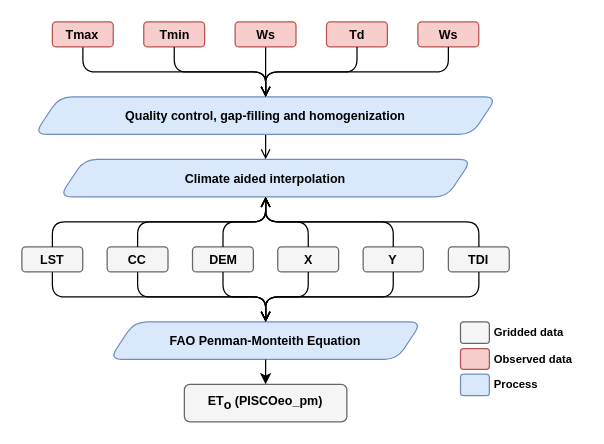
Before: Eo_diagram_FT_v2.drawio in adrHuerta/diagrams, a draw.io diagram. Source tidied: cells renumbered, new cells numbered last; positions are measured from the earlier drawing's top-left corner, leaving out a move shared by most shapes. Both pictures are drawn from the tidied source at 125%, with x=0, y=0 at pixel (21, 21).
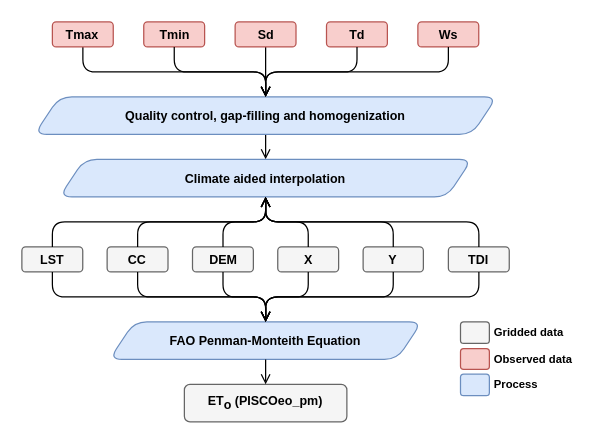
Above is the later version.

Unchanged cells that the change refers to:
```xml
<mxCell id="2" value="&lt;font style=&quot;font-size: 10px;&quot;&gt;Tmin&lt;/font&gt;" style="rounded=1;whiteSpace=wrap;html=1;fontSize=10;fontStyle=1;fillColor=#f8cecc;strokeColor=#b85450;fontFamily=Helvetica;" parent="1" vertex="1">
  <mxGeometry x="97.5" width="48.7" height="20" as="geometry" />
</mxCell>
<mxCell id="3" value="&lt;font style=&quot;font-size: 10px;&quot;&gt;Td&lt;/font&gt;" style="rounded=1;whiteSpace=wrap;html=1;fontSize=10;fontStyle=1;fillColor=#f8cecc;strokeColor=#b85450;fontFamily=Helvetica;" parent="1" vertex="1">
  <mxGeometry x="243.7" width="48.7" height="20" as="geometry" />
</mxCell>
<mxCell id="4" value="&lt;font style=&quot;font-size: 10px;&quot;&gt;Ws&lt;/font&gt;" style="rounded=1;whiteSpace=wrap;html=1;fontSize=10;fontStyle=1;fillColor=#f8cecc;strokeColor=#b85450;fontFamily=Helvetica;" parent="1" vertex="1">
  <mxGeometry x="316.8" width="48.7" height="20" as="geometry" />
</mxCell>
<mxCell id="6" value="&lt;font style=&quot;font-size: 10px;&quot;&gt;Quality control, gap-filling and homogenization&lt;/font&gt;" style="shape=parallelogram;perimeter=parallelogramPerimeter;whiteSpace=wrap;html=1;fixedSize=1;fontSize=10;fontStyle=1;fillColor=#dae8fc;strokeColor=#6c8ebf;rounded=1;fontFamily=Helvetica;" parent="1" vertex="1">
  <mxGeometry x="10" y="60" width="370" height="30" as="geometry" />
</mxCell>
<mxCell id="12" value="&lt;font style=&quot;font-size: 10px;&quot; color=&quot;#000000&quot;&gt;&lt;font style=&quot;font-size: 10px;&quot;&gt;&lt;font style=&quot;font-size: 10px;&quot;&gt;ET&lt;sub style=&quot;font-size: 10px;&quot;&gt;o&lt;/sub&gt; (&lt;/font&gt;&lt;/font&gt;&lt;font style=&quot;font-size: 10px;&quot;&gt;PISCOeo_pm)&lt;/font&gt;&lt;/font&gt;" style="rounded=1;whiteSpace=wrap;html=1;fontSize=10;fontStyle=1;fillColor=#f5f5f5;strokeColor=#666666;fontColor=#333333;fontFamily=Helvetica;" parent="1" vertex="1">
  <mxGeometry x="130" y="290" width="130" height="30" as="geometry" />
</mxCell>
<mxCell id="17" value="&lt;font style=&quot;font-size: 10px;&quot;&gt;Tmax&lt;/font&gt;" style="rounded=1;whiteSpace=wrap;html=1;fontSize=10;fontStyle=1;fillColor=#f8cecc;strokeColor=#b85450;fontFamily=Helvetica;" parent="1" vertex="1">
  <mxGeometry x="24.4" width="48.7" height="20" as="geometry" />
</mxCell>
```

What changed in the source:
```diff
@@
-    <mxCell id="7" style="edgeStyle=orthogonalEdgeStyle;jettySize=auto;html=1;entryX=0.5;entryY=0;entryDx=0;entryDy=0;fontSize=10;rounded=1;endArrow=open;endFill=0;fontFamily=Helvetica;" parent="1" edge="1" source="2" target="6">
+    <mxCell id="7" style="edgeStyle=orthogonalEdgeStyle;jettySize=auto;html=1;entryX=0.5;entryY=0;entryDx=0;entryDy=0;fontSize=10;rounded=1;endArrow=open;endFill=0;fontFamily=Helvetica;strokeWidth=1;" parent="1" edge="1" source="2" target="6">
       <mxGeometry relative="1" as="geometry" />
     </mxCell>
-    <mxCell id="8" style="edgeStyle=orthogonalEdgeStyle;jettySize=auto;html=1;entryX=0.5;entryY=0;entryDx=0;entryDy=0;fontSize=10;rounded=1;endArrow=open;endFill=0;fontFamily=Helvetica;" parent="1" edge="1" source="3" target="6">
+    <mxCell id="8" style="edgeStyle=orthogonalEdgeStyle;jettySize=auto;html=1;entryX=0.5;entryY=0;entryDx=0;entryDy=0;fontSize=10;rounded=1;endArrow=open;endFill=0;fontFamily=Helvetica;strokeWidth=1;" parent="1" edge="1" source="3" target="6">
       <mxGeometry relative="1" as="geometry" />
     </mxCell>
-    <mxCell id="9" style="edgeStyle=orthogonalEdgeStyle;jettySize=auto;html=1;entryX=0.5;entryY=0;entryDx=0;entryDy=0;fontSize=10;rounded=1;endArrow=open;endFill=0;fontFamily=Helvetica;" parent="1" edge="1" source="4" target="6">
+    <mxCell id="9" style="edgeStyle=orthogonalEdgeStyle;jettySize=auto;html=1;entryX=0.5;entryY=0;entryDx=0;entryDy=0;fontSize=10;rounded=1;endArrow=open;endFill=0;fontFamily=Helvetica;strokeWidth=1;" parent="1" edge="1" source="4" target="6">
       <mxGeometry relative="1" as="geometry">
         <Array as="points">
           <mxPoint x="341.2" y="40" />
           <mxPoint x="195" y="40" />
         </Array>
       </mxGeometry>
     </mxCell>
@@
-    <mxCell id="11" value="&lt;font style=&quot;font-size: 10px;&quot;&gt;FAO Penman-Monteith Equation&lt;/font&gt;" style="shape=parallelogram;perimeter=parallelogramPerimeter;whiteSpace=wrap;html=1;fixedSize=1;fontSize=10;fontStyle=1;fillColor=#dae8fc;strokeColor=#6c8ebf;rounded=1;fontFamily=Helvetica;" parent="1" vertex="1">
+    <mxCell id="11" value="&lt;font style=&quot;font-size: 10px;&quot;&gt;FAO Penman-Monteith Equation&lt;/font&gt;" style="shape=parallelogram;perimeter=parallelogramPerimeter;whiteSpace=wrap;html=1;fixedSize=1;fontSize=10;fontStyle=1;fillColor=#dae8fc;strokeColor=#6c8ebf;rounded=1;fontFamily=Helvetica;perimeterSpacing=0;strokeWidth=1;" parent="1" vertex="1">
       <mxGeometry x="70" y="240" width="250" height="30" as="geometry" />
     </mxCell>
@@
-    <mxCell id="13" style="edgeStyle=orthogonalEdgeStyle;rounded=1;jettySize=auto;html=1;entryX=0.5;entryY=0;entryDx=0;entryDy=0;fontSize=10;fontFamily=Helvetica;" parent="1" edge="1" source="11" target="12">
+    <mxCell id="13" style="edgeStyle=orthogonalEdgeStyle;rounded=1;jettySize=auto;html=1;entryX=0.5;entryY=0;entryDx=0;entryDy=0;fontSize=10;fontFamily=Helvetica;endArrow=open;endFill=0;" parent="1" edge="1" source="11" target="12">
       <mxGeometry relative="1" as="geometry" />
     </mxCell>
-    <mxCell id="14" style="edgeStyle=orthogonalEdgeStyle;jettySize=auto;html=1;fontSize=10;rounded=1;fontFamily=Helvetica;endArrow=open;endFill=0;" parent="1" edge="1" source="15">
+    <mxCell id="14" style="edgeStyle=orthogonalEdgeStyle;jettySize=auto;html=1;fontSize=10;rounded=1;fontFamily=Helvetica;endArrow=open;endFill=0;strokeWidth=1;" parent="1" edge="1" source="15">
       <mxGeometry relative="1" as="geometry">
         <mxPoint x="195" y="60" as="targetPoint" />
         <Array as="points">
           <mxPoint x="195" y="60" />
           <mxPoint x="195" y="60" />
         </Array>
       </mxGeometry>
     </mxCell>
-    <mxCell id="15" value="&lt;font style=&quot;font-size: 10px;&quot;&gt;Ws&lt;/font&gt;" style="rounded=1;whiteSpace=wrap;html=1;fontSize=10;fontStyle=1;fillColor=#f8cecc;strokeColor=#b85450;fontFamily=Helvetica;" parent="1" vertex="1">
+    <mxCell id="15" value="&lt;font style=&quot;font-size: 10px&quot;&gt;Sd&lt;/font&gt;" style="rounded=1;whiteSpace=wrap;html=1;fontSize=10;fontStyle=1;fillColor=#f8cecc;strokeColor=#b85450;fontFamily=Helvetica;" parent="1" vertex="1">
       <mxGeometry x="170.6" width="48.7" height="20" as="geometry" />
     </mxCell>
-    <mxCell id="16" style="edgeStyle=orthogonalEdgeStyle;rounded=1;jettySize=auto;html=1;entryX=0.5;entryY=0;entryDx=0;entryDy=0;fontSize=10;endArrow=open;endFill=0;fontFamily=Helvetica;" parent="1" edge="1" source="17" target="6">
+    <mxCell id="16" style="edgeStyle=orthogonalEdgeStyle;rounded=1;jettySize=auto;html=1;entryX=0.5;entryY=0;entryDx=0;entryDy=0;fontSize=10;endArrow=open;endFill=0;fontFamily=Helvetica;strokeWidth=1;" parent="1" edge="1" source="17" target="6">
       <mxGeometry relative="1" as="geometry" />
     </mxCell>
```
